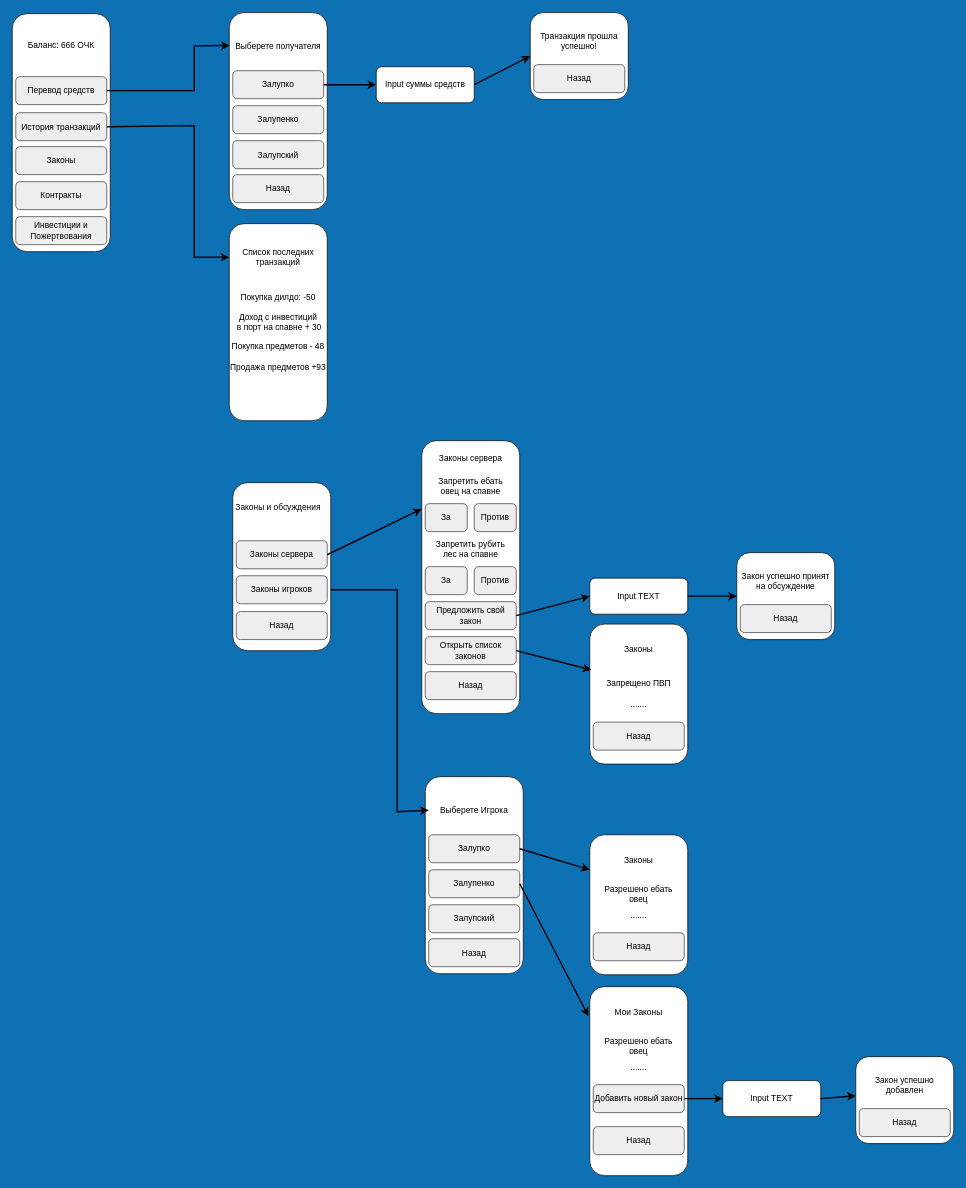
This is minecraft-smp.drawio from robokirill/TEST, a draw.io file, before an edit. Source tidied: cells renumbered, new cells numbered last; positions are measured from the earlier drawing's top-left corner, leaving out a move shared by most shapes. Both pictures are drawn from the tidied source at 70%, with x=0, y=0 at pixel (12, 12).
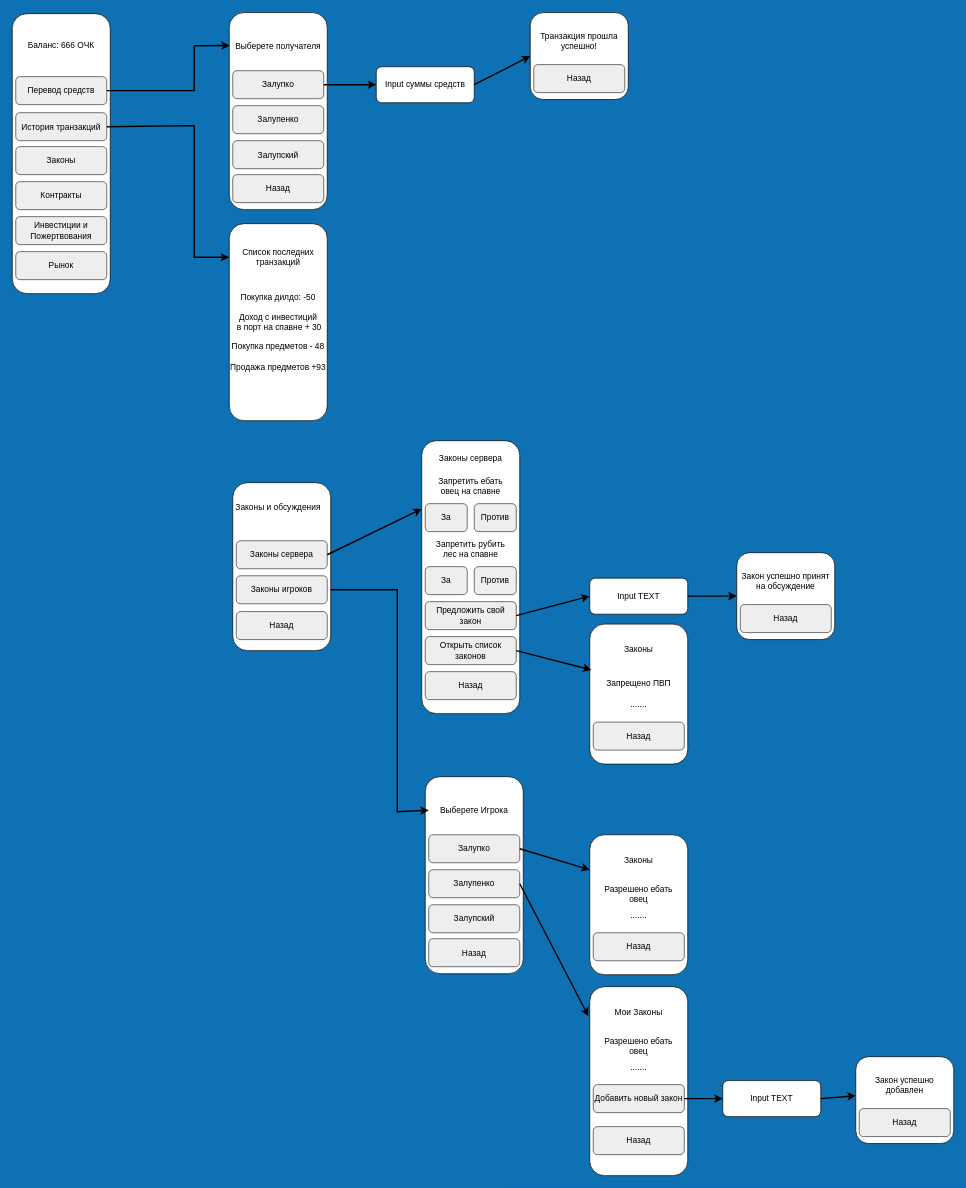
After the change.

Change to the diagram source:
```diff
@@
     <mxCell id="2" style="rounded=1;whiteSpace=wrap;html=1;" parent="1" vertex="1">
-      <mxGeometry y="2" width="140" height="340" as="geometry" />
+      <mxGeometry y="2" width="140" height="400" as="geometry" />
     </mxCell>
@@
+    <mxCell id="84" value="Рынок" style="rounded=1;whiteSpace=wrap;html=1;fillColor=#eeeeee;strokeColor=#36393d;" parent="1" vertex="1">
+      <mxGeometry x="5" y="342" width="130" height="40" as="geometry" />
+    </mxCell>
```
